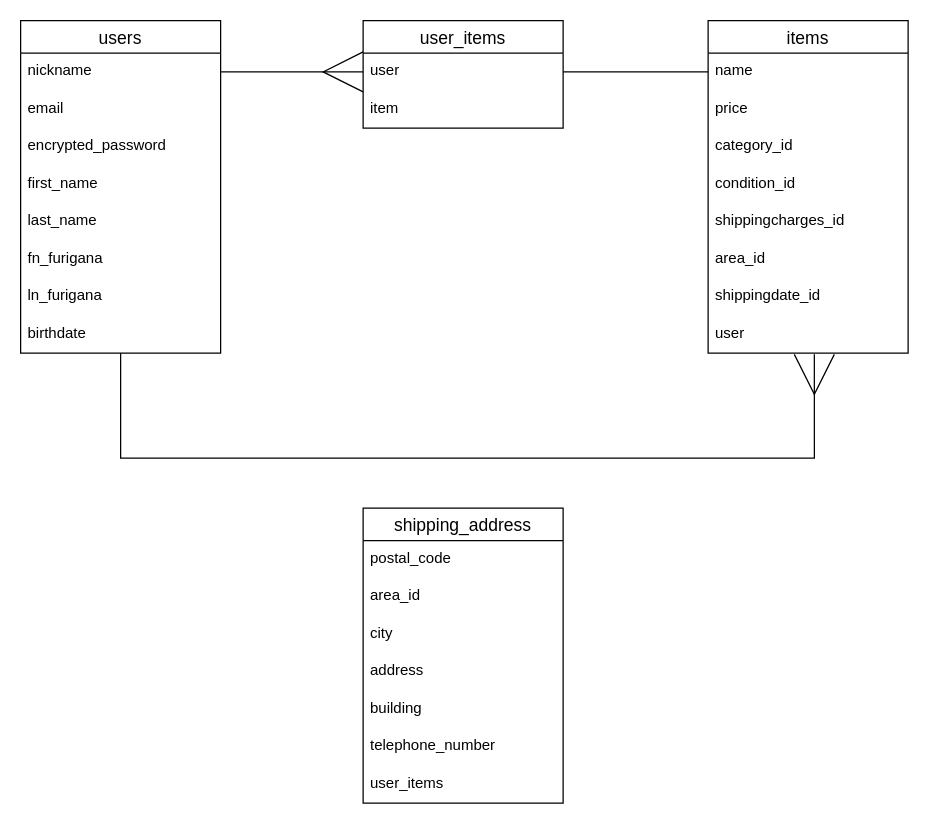
Earlier version of the draw.io diagram database.dio (taiyakio/furima-36787). Source tidied: cells renumbered, new cells numbered last; positions are measured from the earlier drawing's top-left corner, leaving out a move shared by most shapes. Both pictures are drawn from the tidied source at 125%, with x=0, y=0 at pixel (20, 20).
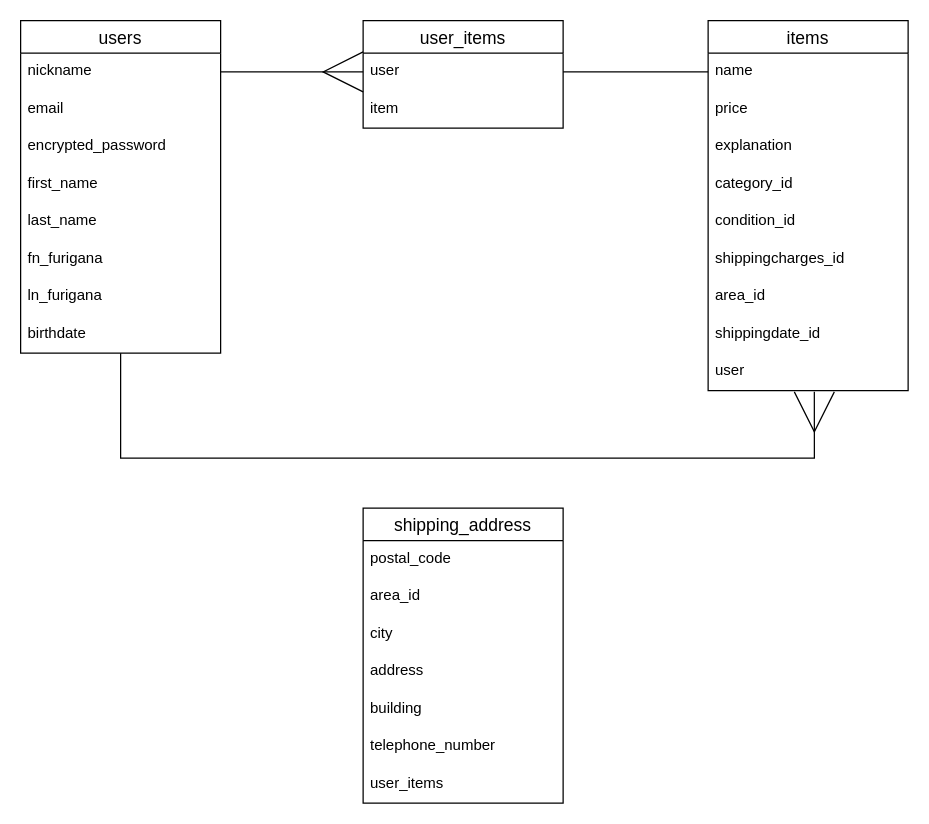
The same page after the edit.

Commit message (it also covers changes not shown here):
READMEとRE図の修正

What changed in the source:
```diff
@@
     <mxCell id="21" value="items" style="swimlane;fontStyle=0;horizontal=1;startSize=26;align=center;fontSize=14;" parent="1" vertex="1">
-      <mxGeometry x="550" width="160" height="266" as="geometry" />
+      <mxGeometry x="550" width="160" height="296" as="geometry" />
     </mxCell>
@@
+    <mxCell id="34" value="explanation" style="text;strokeColor=none;fillColor=none;spacingLeft=4;spacingRight=4;overflow=hidden;fontSize=12;" parent="21" vertex="1">
+      <mxGeometry y="86" width="160" height="30" as="geometry" />
+    </mxCell>
     <mxCell id="24" value="category_id" style="text;strokeColor=none;fillColor=none;spacingLeft=4;spacingRight=4;overflow=hidden;fontSize=12;" parent="21" vertex="1">
-      <mxGeometry y="86" width="160" height="30" as="geometry" />
+      <mxGeometry y="116" width="160" height="30" as="geometry" />
     </mxCell>
     <mxCell id="25" value="condition_id" style="text;strokeColor=none;fillColor=none;spacingLeft=4;spacingRight=4;overflow=hidden;fontSize=12;" parent="21" vertex="1">
-      <mxGeometry y="116" width="160" height="30" as="geometry" />
+      <mxGeometry y="146" width="160" height="30" as="geometry" />
     </mxCell>
     <mxCell id="26" value="shippingcharges_id" style="text;strokeColor=none;fillColor=none;spacingLeft=4;spacingRight=4;overflow=hidden;fontSize=12;" parent="21" vertex="1">
-      <mxGeometry y="146" width="160" height="30" as="geometry" />
+      <mxGeometry y="176" width="160" height="30" as="geometry" />
     </mxCell>
     <mxCell id="27" value="area_id" style="text;strokeColor=none;fillColor=none;spacingLeft=4;spacingRight=4;overflow=hidden;fontSize=12;" parent="21" vertex="1">
-      <mxGeometry y="176" width="160" height="30" as="geometry" />
+      <mxGeometry y="206" width="160" height="30" as="geometry" />
     </mxCell>
     <mxCell id="28" value="shippingdate_id" style="text;strokeColor=none;fillColor=none;spacingLeft=4;spacingRight=4;overflow=hidden;fontSize=12;" parent="21" vertex="1">
-      <mxGeometry y="206" width="160" height="30" as="geometry" />
+      <mxGeometry y="236" width="160" height="30" as="geometry" />
     </mxCell>
     <mxCell id="29" value="user" style="text;strokeColor=none;fillColor=none;spacingLeft=4;spacingRight=4;overflow=hidden;points=[[0,0.5],[1,0.5]];portConstraint=eastwest;fontSize=12;" parent="21" vertex="1">
-      <mxGeometry y="236" width="160" height="30" as="geometry" />
+      <mxGeometry y="266" width="160" height="30" as="geometry" />
     </mxCell>
```
